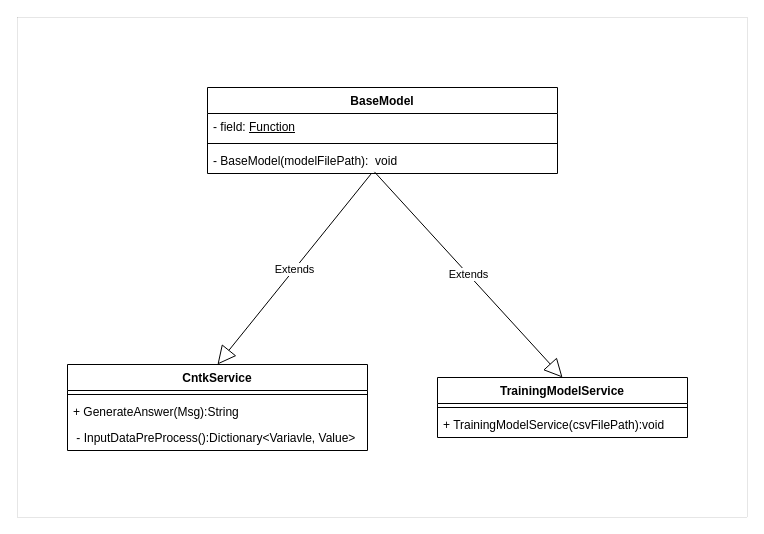
Before: BasicRagLib/CntkModule/BasicRagLib.drawio in Ryokugyoku/BasicRagLib, a draw.io diagram. Source tidied: cells renumbered, new cells numbered last; positions are measured from the earlier drawing's top-left corner, leaving out a move shared by most shapes. Both pictures are drawn from the tidied source at 100%, with x=0, y=0 at pixel (17, 17).
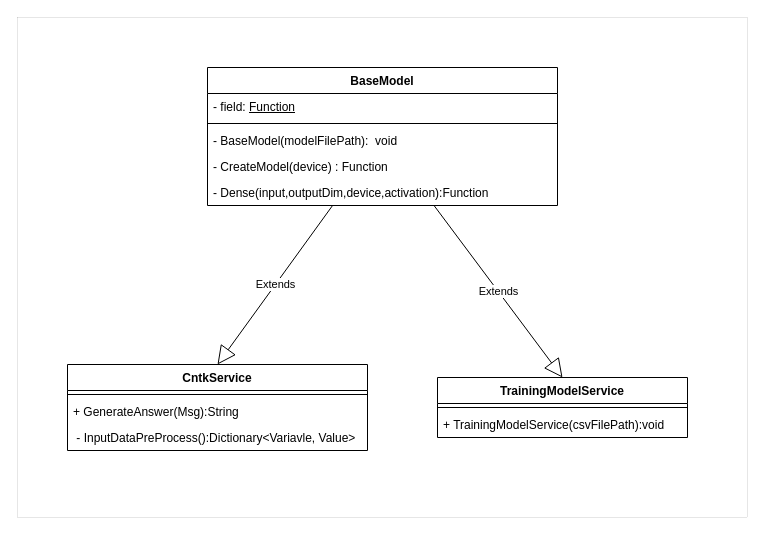
Above is the later version.

Change to the diagram source:
```diff
@@
 <mxGraphModel>
   <root>
     <mxCell id="0" />
     <mxCell id="1" parent="0" />
     <mxCell id="2" style="rounded=0;whiteSpace=wrap;html=1;strokeWidth=0;" parent="1" vertex="1">
       <mxGeometry width="730" height="500" as="geometry" />
     </mxCell>
     <mxCell id="3" value="BaseModel" style="swimlane;fontStyle=1;align=center;verticalAlign=top;horizontal=1;startSize=26;whiteSpace=wrap;html=1;" parent="1" vertex="1">
-      <mxGeometry x="190" y="70" width="350" height="86" as="geometry" />
+      <mxGeometry x="190" y="50" width="350" height="138" as="geometry" />
     </mxCell>
     <mxCell id="4" value="- field: &lt;u&gt;Function&lt;/u&gt;" style="text;strokeColor=none;fillColor=none;align=left;verticalAlign=top;spacingLeft=4;spacingRight=4;overflow=hidden;whiteSpace=wrap;html=1;" parent="3" vertex="1">
       <mxGeometry y="26" width="350" height="26" as="geometry" />
     </mxCell>
     <mxCell id="5" style="line;strokeWidth=1;fillColor=none;align=left;verticalAlign=middle;spacingTop=-1;spacingLeft=3;spacingRight=3;labelPosition=right;strokeColor=inherit;" parent="3" vertex="1">
       <mxGeometry y="52" width="350" height="8" as="geometry" />
     </mxCell>
     <mxCell id="6" value="- BaseModel(modelFilePath&lt;span style=&quot;background-color: initial;&quot;&gt;):&amp;nbsp; void&lt;/span&gt;" style="text;strokeColor=none;fillColor=none;align=left;verticalAlign=top;spacingLeft=4;spacingRight=4;overflow=hidden;points=[[0,0.5],[1,0.5]];portConstraint=eastwest;whiteSpace=wrap;html=1;" parent="3" vertex="1">
       <mxGeometry y="60" width="350" height="26" as="geometry" />
     </mxCell>
+    <mxCell id="16" value="- CreateModel(device) : Function" style="text;strokeColor=none;fillColor=none;align=left;verticalAlign=top;spacingLeft=4;spacingRight=4;overflow=hidden;whiteSpace=wrap;html=1;" parent="3" vertex="1">
+      <mxGeometry y="86" width="350" height="26" as="geometry" />
+    </mxCell>
+    <mxCell id="17" value="- Dense(input,outputDim,device,activation):Function" style="text;strokeColor=none;fillColor=none;align=left;verticalAlign=top;spacingLeft=4;spacingRight=4;overflow=hidden;whiteSpace=wrap;html=1;" parent="3" vertex="1">
+      <mxGeometry y="112" width="350" height="26" as="geometry" />
+    </mxCell>
     <mxCell id="7" value="TrainingModelService" style="swimlane;fontStyle=1;align=center;verticalAlign=top;horizontal=1;startSize=26;whiteSpace=wrap;html=1;" parent="1" vertex="1">
       <mxGeometry x="420" y="360" width="250" height="60" as="geometry" />
     </mxCell>
     <mxCell id="8" style="line;strokeWidth=1;fillColor=none;align=left;verticalAlign=middle;spacingTop=-1;spacingLeft=3;spacingRight=3;labelPosition=right;strokeColor=inherit;" parent="7" vertex="1">
       <mxGeometry y="26" width="250" height="8" as="geometry" />
     </mxCell>
     <mxCell id="9" value="+ TrainingModelService(csvFilePath):void" style="text;strokeColor=none;fillColor=none;align=left;verticalAlign=top;spacingLeft=4;spacingRight=4;overflow=hidden;whiteSpace=wrap;html=1;" parent="7" vertex="1">
       <mxGeometry y="34" width="250" height="26" as="geometry" />
     </mxCell>
-    <mxCell id="10" value="Extends" style="endArrow=block;endSize=16;endFill=0;html=1;rounded=0;entryX=0.5;entryY=0;entryDx=0;entryDy=0;exitX=0.477;exitY=0.937;exitDx=0;exitDy=0;exitPerimeter=0;" parent="1" edge="1" source="6" target="7">
+    <mxCell id="10" value="Extends" style="endArrow=block;endSize=16;endFill=0;html=1;rounded=0;entryX=0.5;entryY=0;entryDx=0;entryDy=0;" parent="1" edge="1" source="3" target="7">
       <mxGeometry relative="1" as="geometry" />
     </mxCell>
     <mxCell id="11" value="CntkService" style="swimlane;fontStyle=1;align=center;verticalAlign=top;horizontal=1;startSize=26;whiteSpace=wrap;html=1;" parent="1" vertex="1">
       <mxGeometry x="50" y="347" width="300" height="86" as="geometry" />
     </mxCell>
     <mxCell id="12" style="line;strokeWidth=1;fillColor=none;align=left;verticalAlign=middle;spacingTop=-1;spacingLeft=3;spacingRight=3;labelPosition=right;strokeColor=inherit;" parent="11" vertex="1">
       <mxGeometry y="26" width="300" height="8" as="geometry" />
     </mxCell>
     <mxCell id="13" value="+ GenerateAnswer(Msg):String" style="text;strokeColor=none;fillColor=none;align=left;verticalAlign=top;spacingLeft=4;spacingRight=4;overflow=hidden;whiteSpace=wrap;html=1;" parent="11" vertex="1">
       <mxGeometry y="34" width="300" height="26" as="geometry" />
     </mxCell>
     <mxCell id="14" value="&amp;nbsp;- InputDataPreProcess():Dictionary&amp;lt;Variavle, Value&amp;gt;" style="text;strokeColor=none;fillColor=none;align=left;verticalAlign=top;spacingLeft=4;spacingRight=4;overflow=hidden;whiteSpace=wrap;html=1;" parent="11" vertex="1">
       <mxGeometry y="60" width="300" height="26" as="geometry" />
     </mxCell>
-    <mxCell id="15" value="Extends" style="endArrow=block;endSize=16;endFill=0;html=1;rounded=0;entryX=0.5;entryY=0;entryDx=0;entryDy=0;exitX=0.467;exitY=1.023;exitDx=0;exitDy=0;exitPerimeter=0;" parent="1" edge="1" source="6" target="11">
+    <mxCell id="15" value="Extends" style="endArrow=block;endSize=16;endFill=0;html=1;rounded=0;entryX=0.5;entryY=0;entryDx=0;entryDy=0;" parent="1" edge="1" source="3" target="11">
       <mxGeometry relative="1" as="geometry" />
     </mxCell>
   </root>
 </mxGraphModel>
```
